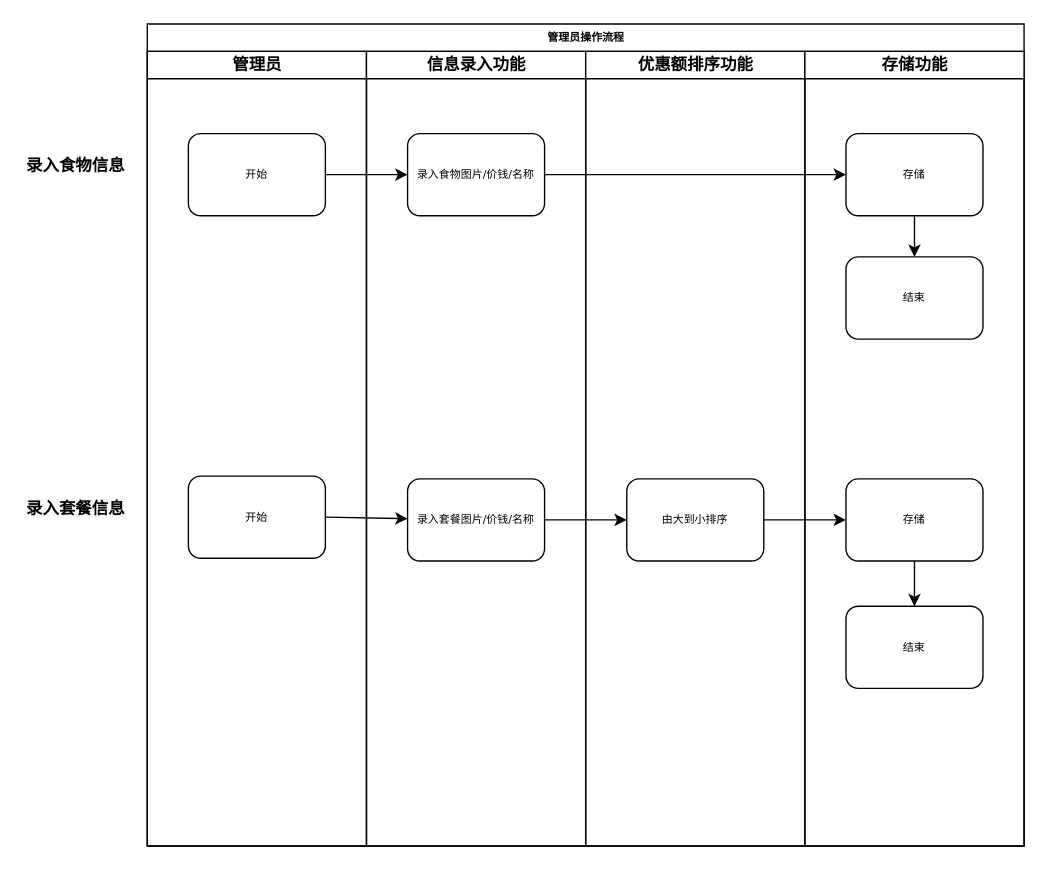
Before: page "管理员操作流程" (2 of 3) of MacDSolution.drawio in Vaycent/MyDiagrams, a draw.io diagram. Source tidied: cells renumbered, new cells numbered last; positions are measured from the earlier drawing's top-left corner, leaving out a move shared by most shapes. Both pictures are drawn from the tidied source at 137%, with x=0, y=0 at pixel (23, 23).
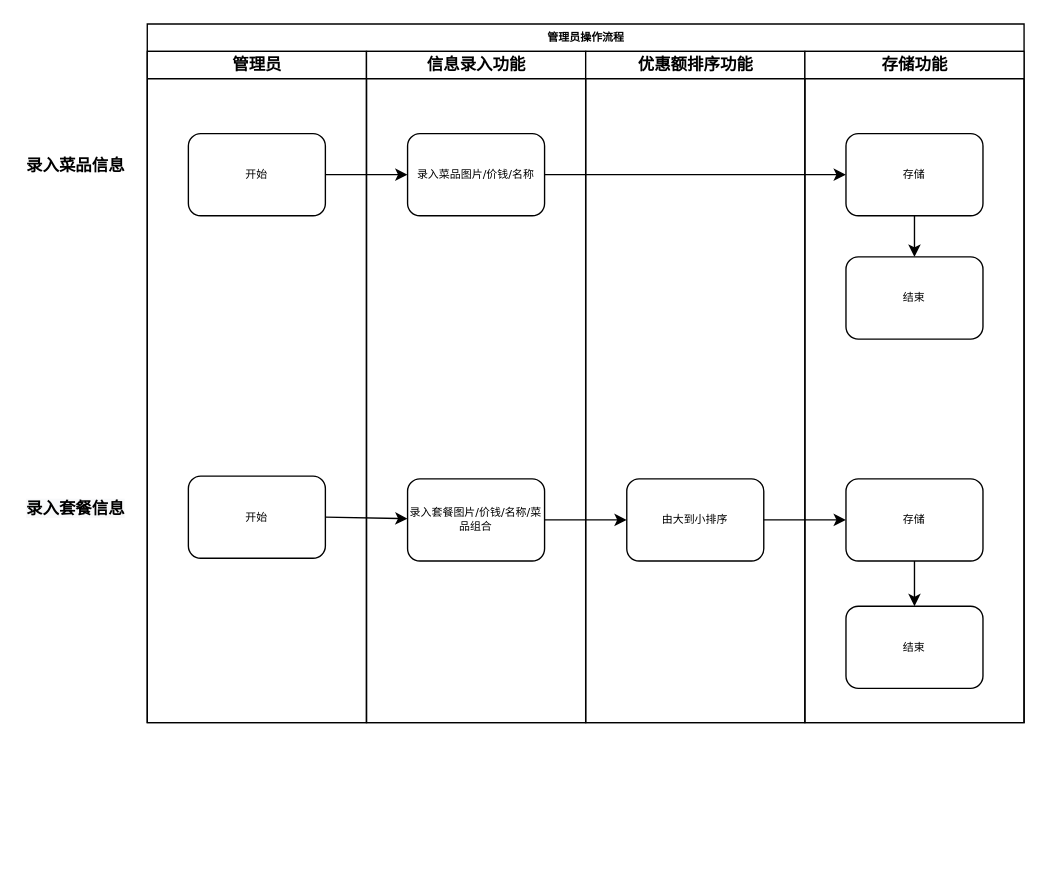
The same page after the edit.

Diff of the diagram source:
```diff
@@
     <mxCell id="2" value="管理员操作流程" style="swimlane;html=1;startSize=20;rounded=0;shadow=0;labelBackgroundColor=none;strokeWidth=1;fontFamily=Verdana;fontSize=8;align=center;" parent="1" vertex="1">
-      <mxGeometry x="90" width="640" height="600" as="geometry" />
+      <mxGeometry x="90" width="640" height="510" as="geometry" />
     </mxCell>
     <mxCell id="3" value="管理员" style="swimlane;html=1;startSize=20;" parent="2" vertex="1">
-      <mxGeometry y="20" width="160" height="580" as="geometry" />
+      <mxGeometry y="20" width="160" height="490" as="geometry" />
     </mxCell>
@@
     <mxCell id="6" value="信息录入功能" style="swimlane;html=1;startSize=20;" parent="2" vertex="1">
-      <mxGeometry x="160" y="20" width="160" height="580" as="geometry" />
+      <mxGeometry x="160" y="20" width="160" height="490" as="geometry" />
     </mxCell>
-    <mxCell id="7" value="录入套餐图片/价钱/名称" style="rounded=1;whiteSpace=wrap;html=1;shadow=0;labelBackgroundColor=none;strokeWidth=1;fontFamily=Verdana;fontSize=8;align=center;" parent="6" vertex="1">
+    <mxCell id="7" value="录入套餐图片/价钱/名称/菜品组合" style="rounded=1;whiteSpace=wrap;html=1;shadow=0;labelBackgroundColor=none;strokeWidth=1;fontFamily=Verdana;fontSize=8;align=center;" parent="6" vertex="1">
       <mxGeometry x="30" y="312" width="100" height="60" as="geometry" />
     </mxCell>
-    <mxCell id="8" value="录入食物图片/价钱/名称" style="rounded=1;whiteSpace=wrap;html=1;shadow=0;labelBackgroundColor=none;strokeWidth=1;fontFamily=Verdana;fontSize=8;align=center;" parent="6" vertex="1">
+    <mxCell id="8" value="录入菜品图片/价钱/名称" style="rounded=1;whiteSpace=wrap;html=1;shadow=0;labelBackgroundColor=none;strokeWidth=1;fontFamily=Verdana;fontSize=8;align=center;" parent="6" vertex="1">
       <mxGeometry x="30" y="60" width="100" height="60" as="geometry" />
     </mxCell>
     <mxCell id="9" value="优惠额排序功能" style="swimlane;html=1;startSize=20;" parent="2" vertex="1">
-      <mxGeometry x="320" y="20" width="160" height="580" as="geometry" />
+      <mxGeometry x="320" y="20" width="160" height="490" as="geometry" />
     </mxCell>
@@
     <mxCell id="11" value="存储功能" style="swimlane;html=1;startSize=20;" parent="2" vertex="1">
-      <mxGeometry x="480" y="20" width="160" height="580" as="geometry" />
+      <mxGeometry x="480" y="20" width="160" height="490" as="geometry" />
     </mxCell>
@@
-    <mxCell id="23" value="&lt;div style=&quot;text-align: center&quot;&gt;&lt;span&gt;&lt;font face=&quot;helvetica&quot;&gt;&lt;b&gt;录入食物信息&lt;/b&gt;&lt;/font&gt;&lt;/span&gt;&lt;/div&gt;" style="text;whiteSpace=wrap;html=1;rotation=0;" parent="1" vertex="1">
+    <mxCell id="23" value="&lt;div style=&quot;text-align: center&quot;&gt;&lt;span&gt;&lt;font face=&quot;helvetica&quot;&gt;&lt;b&gt;录入菜品信息&lt;/b&gt;&lt;/font&gt;&lt;/span&gt;&lt;/div&gt;" style="text;whiteSpace=wrap;html=1;rotation=0;" parent="1" vertex="1">
       <mxGeometry y="90" width="80" height="30" as="geometry" />
     </mxCell>
```
